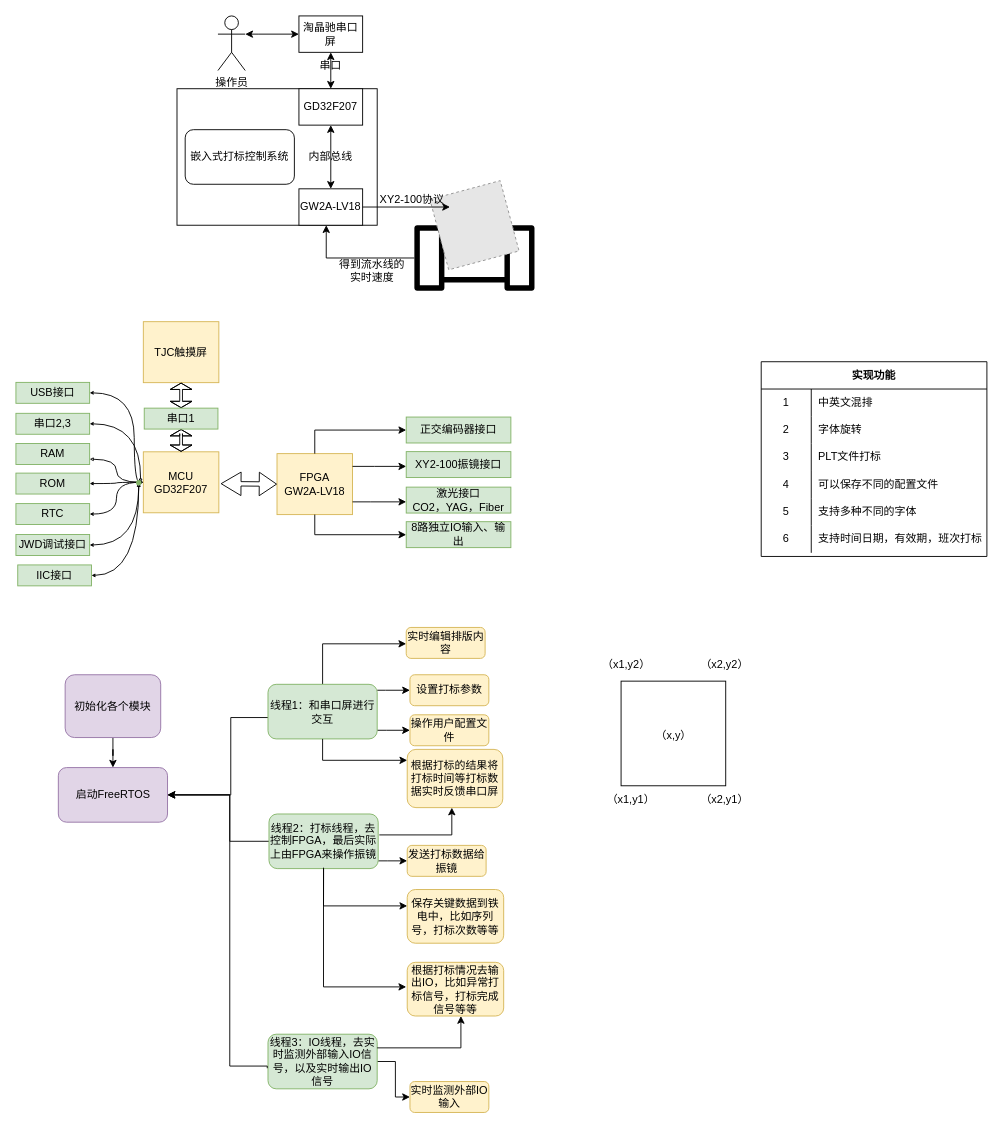
ForestLH/imghost keeps this draw.io diagram as img/未命名绘图.drawio. Above is the earlier version. Source tidied: cells renumbered, new cells numbered last; positions are measured from the earlier drawing's top-left corner, leaving out a move shared by most shapes. Both pictures are drawn from the tidied source at 91%, with x=0, y=0 at pixel (15, 15). Pictures stored in the file or linked from it are replaced by grey dashed boxes.
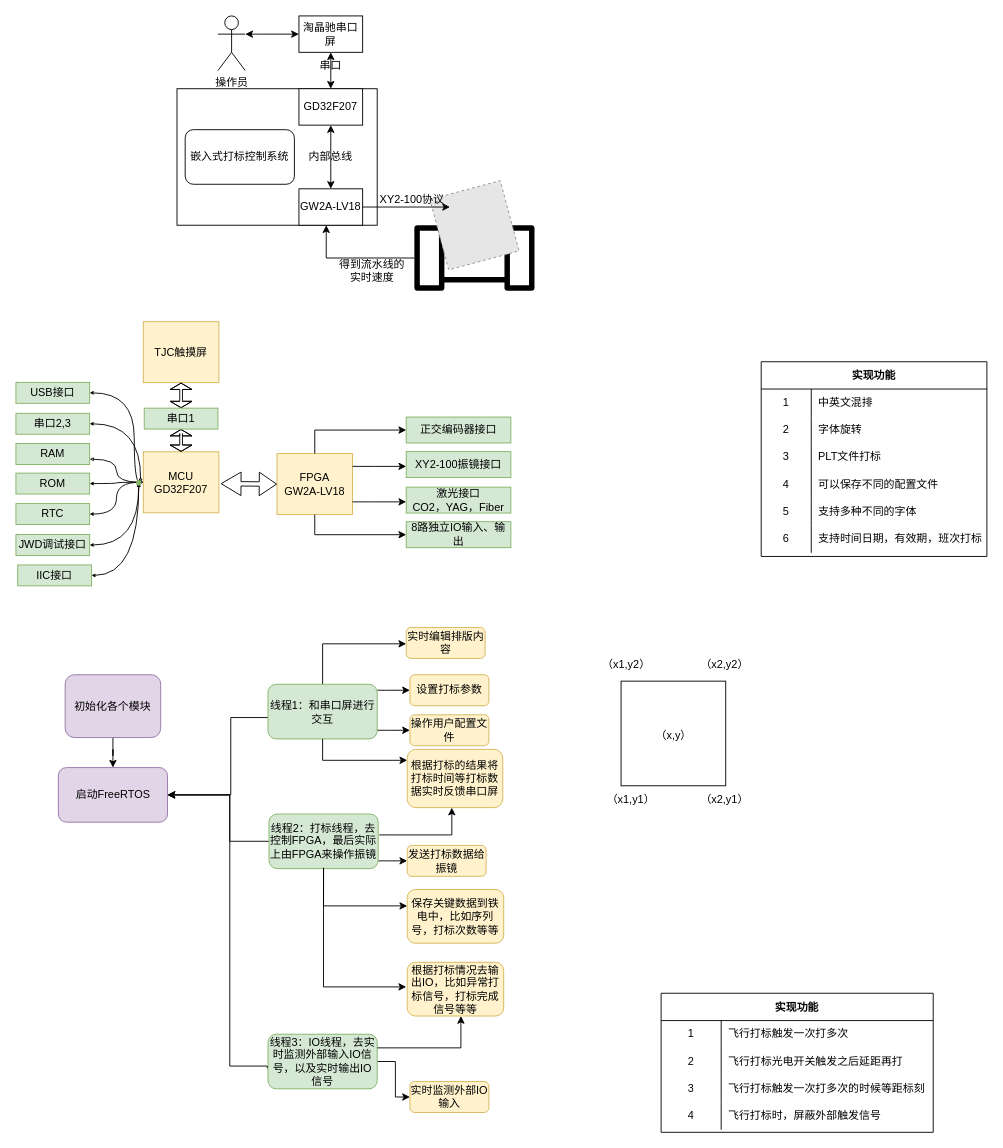
The same page after the edit.

What changed in the source:
```diff
@@
+    <mxCell id="102" value="实现功能" style="shape=table;startSize=30;childLayout=tableLayout;rowLines=0;fontStyle=1;" parent="1" vertex="1">
+      <mxGeometry x="709" y="1074" width="299" height="152.8" as="geometry" />
+    </mxCell>
+    <mxCell id="103" style="shape=tableRow;horizontal=0;startSize=0;swimlaneHead=0;swimlaneBody=0;top=0;left=0;bottom=0;right=0;fillColor=none;" parent="102" vertex="1">
+      <mxGeometry y="30" width="299" height="30" as="geometry" />
+    </mxCell>
+    <mxCell id="104" value="1" style="shape=partialRectangle;html=1;whiteSpace=wrap;fillColor=none;top=0;left=0;bottom=0;right=0;overflow=hidden;" parent="103" vertex="1">
+      <mxGeometry width="66" height="30" as="geometry" />
+    </mxCell>
+    <mxCell id="105" value="飞行打标触发一次打多次" style="shape=partialRectangle;html=1;whiteSpace=wrap;fillColor=none;top=0;left=0;bottom=0;right=0;align=left;spacingLeft=6;overflow=hidden;" parent="103" vertex="1">
+      <mxGeometry x="66" width="233" height="30" as="geometry" />
+    </mxCell>
+    <mxCell id="106" style="shape=tableRow;horizontal=0;startSize=0;swimlaneHead=0;swimlaneBody=0;top=0;left=0;bottom=0;right=0;fillColor=none;" parent="102" vertex="1">
+      <mxGeometry y="60" width="299" height="30" as="geometry" />
+    </mxCell>
+    <mxCell id="107" value="2" style="shape=partialRectangle;html=1;whiteSpace=wrap;fillColor=none;top=0;left=0;bottom=0;right=0;overflow=hidden;" parent="106" vertex="1">
+      <mxGeometry width="66" height="30" as="geometry" />
+    </mxCell>
+    <mxCell id="108" value="飞行打标光电开关触发之后延距再打" style="shape=partialRectangle;html=1;whiteSpace=wrap;fillColor=none;top=0;left=0;bottom=0;right=0;align=left;spacingLeft=6;overflow=hidden;" parent="106" vertex="1">
+      <mxGeometry x="66" width="233" height="30" as="geometry" />
+    </mxCell>
+    <mxCell id="109" style="shape=tableRow;horizontal=0;startSize=0;swimlaneHead=0;swimlaneBody=0;top=0;left=0;bottom=0;right=0;fillColor=none;" parent="102" vertex="1">
+      <mxGeometry y="90" width="299" height="30" as="geometry" />
+    </mxCell>
+    <mxCell id="110" value="3" style="shape=partialRectangle;html=1;whiteSpace=wrap;fillColor=none;top=0;left=0;bottom=0;right=0;overflow=hidden;" parent="109" vertex="1">
+      <mxGeometry width="66" height="30" as="geometry" />
+    </mxCell>
+    <mxCell id="111" value="飞行打标触发一次打多次的时候等距标刻" style="shape=partialRectangle;html=1;whiteSpace=wrap;fillColor=none;top=0;left=0;bottom=0;right=0;align=left;spacingLeft=6;overflow=hidden;" parent="109" vertex="1">
+      <mxGeometry x="66" width="233" height="30" as="geometry" />
+    </mxCell>
+    <mxCell id="112" style="shape=tableRow;horizontal=0;startSize=0;swimlaneHead=0;swimlaneBody=0;top=0;left=0;bottom=0;right=0;fillColor=none;" parent="102" vertex="1">
+      <mxGeometry y="120" width="299" height="30" as="geometry" />
+    </mxCell>
+    <mxCell id="113" value="4" style="shape=partialRectangle;html=1;whiteSpace=wrap;fillColor=none;top=0;left=0;bottom=0;right=0;overflow=hidden;" parent="112" vertex="1">
+      <mxGeometry width="66" height="30" as="geometry" />
+    </mxCell>
+    <mxCell id="114" value="飞行打标时，屏蔽外部触发信号" style="shape=partialRectangle;html=1;whiteSpace=wrap;fillColor=none;top=0;left=0;bottom=0;right=0;align=left;spacingLeft=6;overflow=hidden;" parent="112" vertex="1">
+      <mxGeometry x="66" width="233" height="30" as="geometry" />
+    </mxCell>
```
